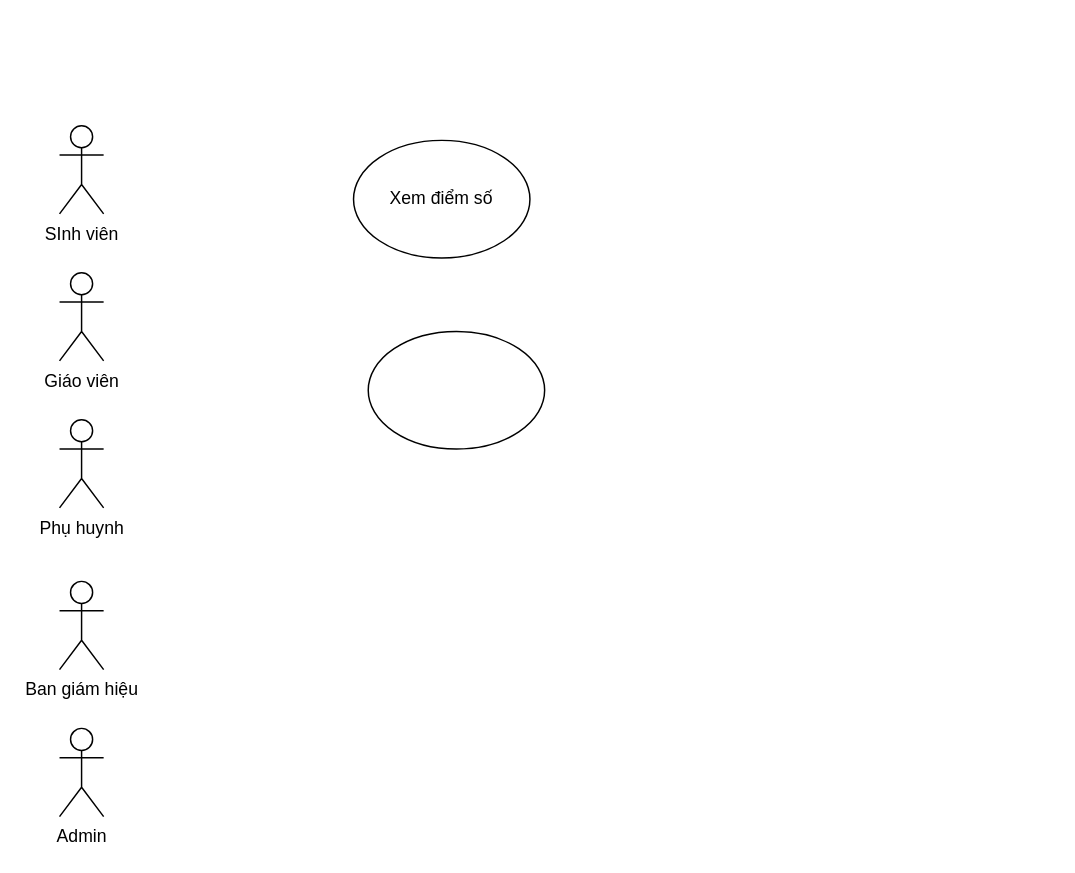
Earlier version of the draw.io diagram QuanlydiemcuatruongPTTH.drawio (NgoAnhThanThien/thanthien123). Source tidied: cells renumbered, new cells numbered last; positions are measured from the earlier drawing's top-left corner, leaving out a move shared by most shapes. Both pictures are drawn from the tidied source at 147%, with x=0, y=0 at pixel (59, 125).
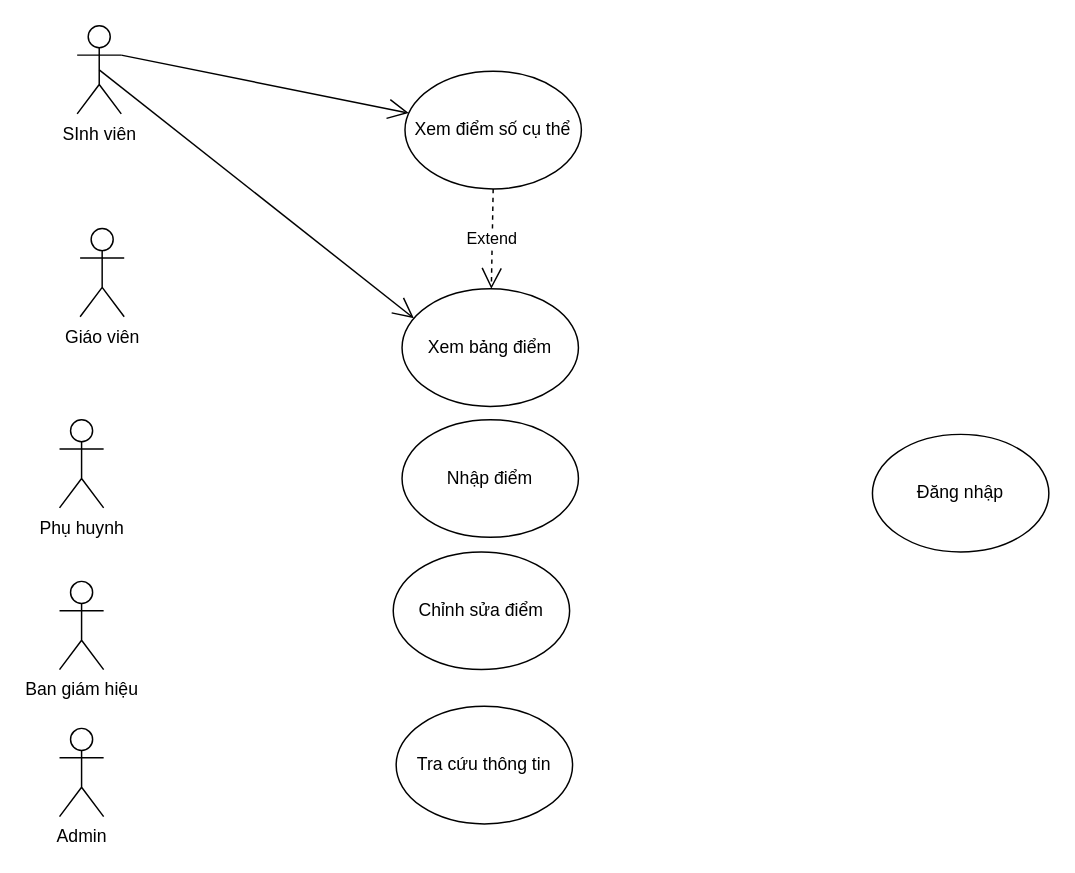
Above is the later version.

The edit, as a diff of the source:
```diff
@@
 <mxGraphModel>
   <root>
     <mxCell id="0" />
     <mxCell id="1" parent="0" />
     <mxCell id="2" value="SInh viên" style="shape=umlActor;verticalLabelPosition=bottom;verticalAlign=top;html=1;outlineConnect=0;labelBackgroundColor=none;" parent="1" vertex="1">
-      <mxGeometry width="30" height="60" as="geometry" />
+      <mxGeometry x="12" y="-68" width="30" height="60" as="geometry" />
     </mxCell>
     <mxCell id="3" value="Giáo viên" style="shape=umlActor;verticalLabelPosition=bottom;verticalAlign=top;html=1;labelBackgroundColor=none;" parent="1" vertex="1">
-      <mxGeometry y="100" width="30" height="60" as="geometry" />
+      <mxGeometry x="14" y="70" width="30" height="60" as="geometry" />
     </mxCell>
     <mxCell id="4" value="Phụ huynh" style="shape=umlActor;verticalLabelPosition=bottom;verticalAlign=top;html=1;labelBackgroundColor=none;" parent="1" vertex="1">
       <mxGeometry y="200" width="30" height="60" as="geometry" />
     </mxCell>
     <mxCell id="5" value="Ban giám hiệu" style="shape=umlActor;verticalLabelPosition=bottom;verticalAlign=top;html=1;labelBackgroundColor=none;" parent="1" vertex="1">
       <mxGeometry y="310" width="30" height="60" as="geometry" />
     </mxCell>
     <mxCell id="6" value="Admin" style="shape=umlActor;verticalLabelPosition=bottom;verticalAlign=top;html=1;labelBackgroundColor=none;" parent="1" vertex="1">
       <mxGeometry y="410" width="30" height="60" as="geometry" />
     </mxCell>
-    <mxCell id="7" value="Xem điểm số" style="ellipse;whiteSpace=wrap;html=1;labelBackgroundColor=none;" parent="1" vertex="1">
-      <mxGeometry x="200" y="10" width="120" height="80" as="geometry" />
+    <mxCell id="7" value="Xem điểm số cụ thể" style="ellipse;whiteSpace=wrap;html=1;labelBackgroundColor=none;" parent="1" vertex="1">
+      <mxGeometry x="235" y="-37" width="120" height="80" as="geometry" />
     </mxCell>
-    <mxCell id="8" style="ellipse;whiteSpace=wrap;html=1;labelBackgroundColor=none;" parent="1" vertex="1">
-      <mxGeometry x="210" y="140" width="120" height="80" as="geometry" />
+    <mxCell id="8" value="Xem bảng điểm" style="ellipse;whiteSpace=wrap;html=1;labelBackgroundColor=none;" parent="1" vertex="1">
+      <mxGeometry x="233" y="111" width="120" height="80" as="geometry" />
     </mxCell>
+    <mxCell id="9" value="Chỉnh sửa điểm" style="ellipse;whiteSpace=wrap;html=1;" parent="1" vertex="1">
+      <mxGeometry x="227" y="290" width="120" height="80" as="geometry" />
+    </mxCell>
+    <mxCell id="10" value="Tra cứu thông tin" style="ellipse;whiteSpace=wrap;html=1;" parent="1" vertex="1">
+      <mxGeometry x="229" y="395" width="120" height="80" as="geometry" />
+    </mxCell>
+    <mxCell id="11" value="Nhập điểm" style="ellipse;whiteSpace=wrap;html=1;" parent="1" vertex="1">
+      <mxGeometry x="233" y="200" width="120" height="80" as="geometry" />
+    </mxCell>
+    <mxCell id="12" value="Đăng nhập" style="ellipse;whiteSpace=wrap;html=1;" parent="1" vertex="1">
+      <mxGeometry x="553" y="210" width="120" height="80" as="geometry" />
+    </mxCell>
+    <mxCell id="13" style="endArrow=open;endFill=1;endSize=12;html=1;rounded=0;exitX=1;exitY=0.3333333333333333;exitDx=0;exitDy=0;exitPerimeter=0;" parent="1" edge="1" source="2" target="7">
+      <mxGeometry relative="1" as="geometry" />
+    </mxCell>
+    <mxCell id="14" style="endArrow=open;endFill=1;endSize=12;html=1;rounded=0;exitX=0.5;exitY=0.5;exitDx=0;exitDy=0;exitPerimeter=0;entryX=0.067;entryY=0.25;entryDx=0;entryDy=0;entryPerimeter=0;" parent="1" edge="1" source="2" target="8">
+      <mxGeometry relative="1" as="geometry" />
+    </mxCell>
+    <mxCell id="15" value="Extend" style="endArrow=open;endSize=12;dashed=1;html=1;rounded=0;exitX=0.5;exitY=1;exitDx=0;exitDy=0;" parent="1" edge="1" source="7" target="8">
+      <mxGeometry relative="1" as="geometry" />
+    </mxCell>
   </root>
 </mxGraphModel>
```
